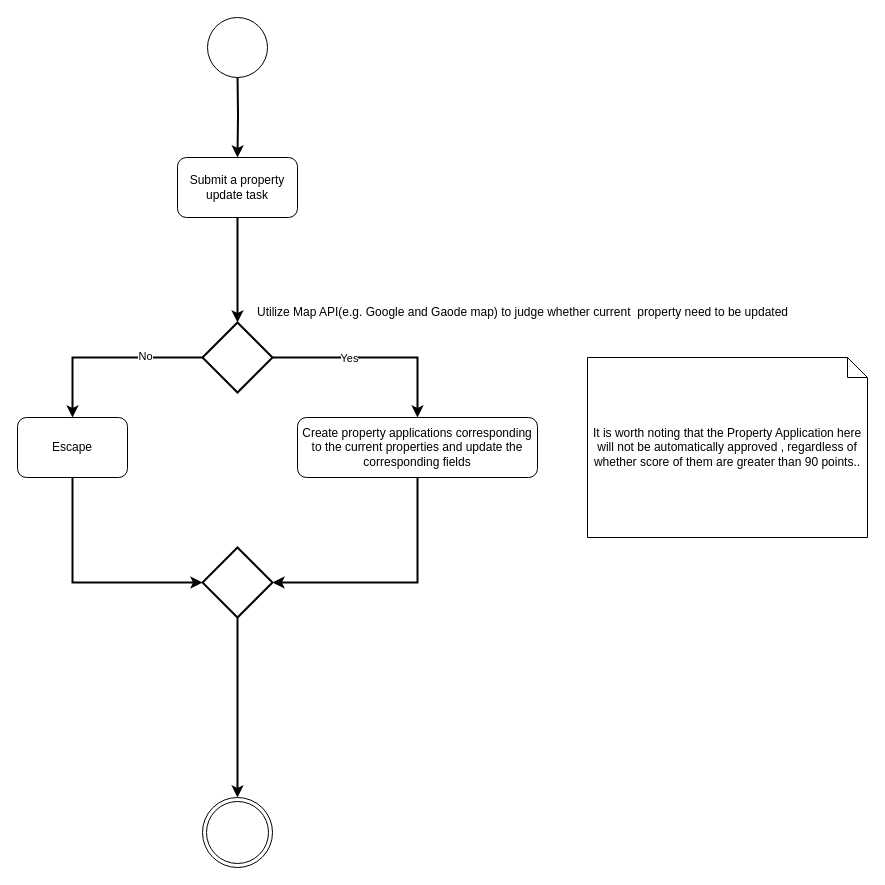
Before: gpd.drawio in maoqifan1/drawio, a draw.io diagram. Source tidied: cells renumbered, new cells numbered last; positions are measured from the earlier drawing's top-left corner, leaving out a move shared by most shapes. Both pictures are drawn from the tidied source at 100%, with x=0, y=0 at pixel (17, 17).
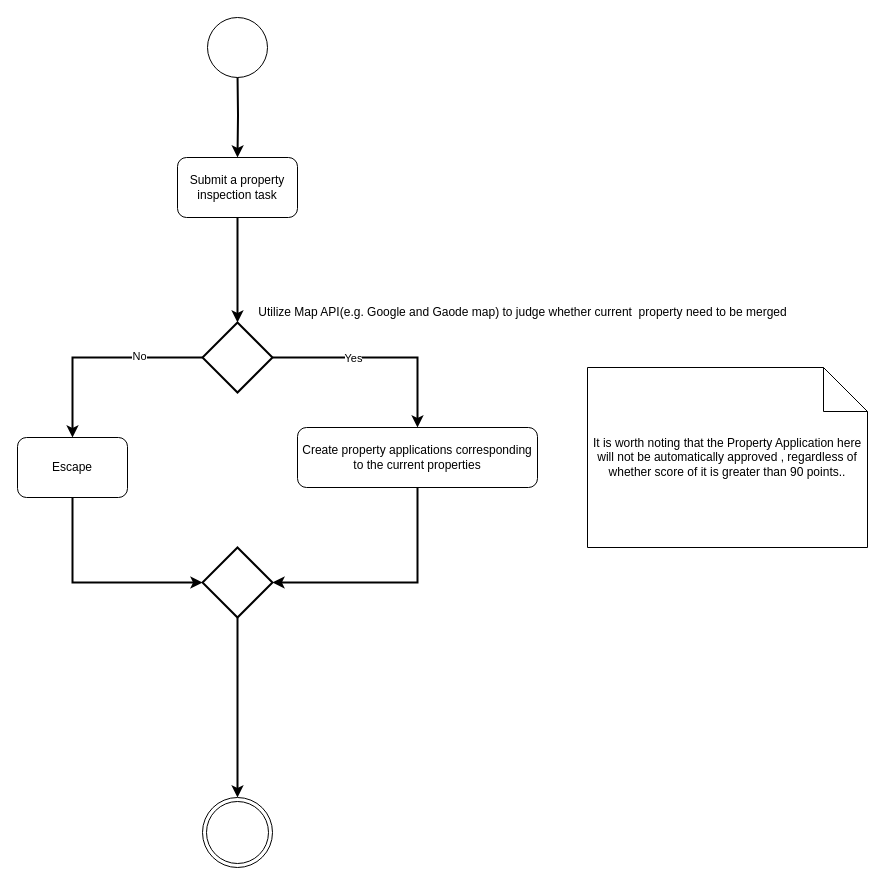
Above is the later version.

The edit, as a diff of the source:
```diff
@@
-    <mxCell id="4" value="Submit a property update task" style="rounded=1;whiteSpace=wrap;html=1;" parent="1" vertex="1">
+    <mxCell id="4" value="Submit a property inspection task" style="rounded=1;whiteSpace=wrap;html=1;" parent="1" vertex="1">
       <mxGeometry x="160" y="140" width="120" height="60" as="geometry" />
     </mxCell>
@@
-    <mxCell id="10" value="Utilize Map API(e.g. Google and Gaode map) to judge whether current&amp;nbsp; property need to be updated" style="text;html=1;align=center;verticalAlign=middle;strokeColor=none;fillColor=none;" parent="1" vertex="1">
+    <mxCell id="10" value="Utilize Map API(e.g. Google and Gaode map) to judge whether current&amp;nbsp; property need to be merged" style="text;html=1;align=center;verticalAlign=middle;strokeColor=none;fillColor=none;" parent="1" vertex="1">
       <mxGeometry x="230" y="280" width="550" height="30" as="geometry" />
     </mxCell>
@@
     <mxCell id="12" value="Escape" style="rounded=1;whiteSpace=wrap;html=1;" parent="1" vertex="1">
-      <mxGeometry y="400" width="110" height="60" as="geometry" />
+      <mxGeometry y="420" width="110" height="60" as="geometry" />
     </mxCell>
@@
-    <mxCell id="14" value="Create property applications corresponding to the current properties and update the corresponding fields" style="rounded=1;whiteSpace=wrap;html=1;" parent="1" vertex="1">
-      <mxGeometry x="280" y="400" width="240" height="60" as="geometry" />
+    <mxCell id="14" value="Create property applications corresponding to the current properties" style="rounded=1;whiteSpace=wrap;html=1;" parent="1" vertex="1">
+      <mxGeometry x="280" y="410" width="240" height="60" as="geometry" />
     </mxCell>
@@
-    <mxCell id="19" value="It is worth noting that the Property Application here will not be automatically approved , regardless of whether score of them are greater than 90 points.." style="shape=note;size=20;whiteSpace=wrap;html=1;" parent="1" vertex="1">
-      <mxGeometry x="570" y="340" width="280" height="180" as="geometry" />
+    <mxCell id="19" value="It is worth noting that the Property Application here will not be automatically approved , regardless of whether score of it is greater than 90 points.." style="shape=note;size=44;whiteSpace=wrap;html=1;" parent="1" vertex="1">
+      <mxGeometry x="570" y="350" width="280" height="180" as="geometry" />
     </mxCell>
```
